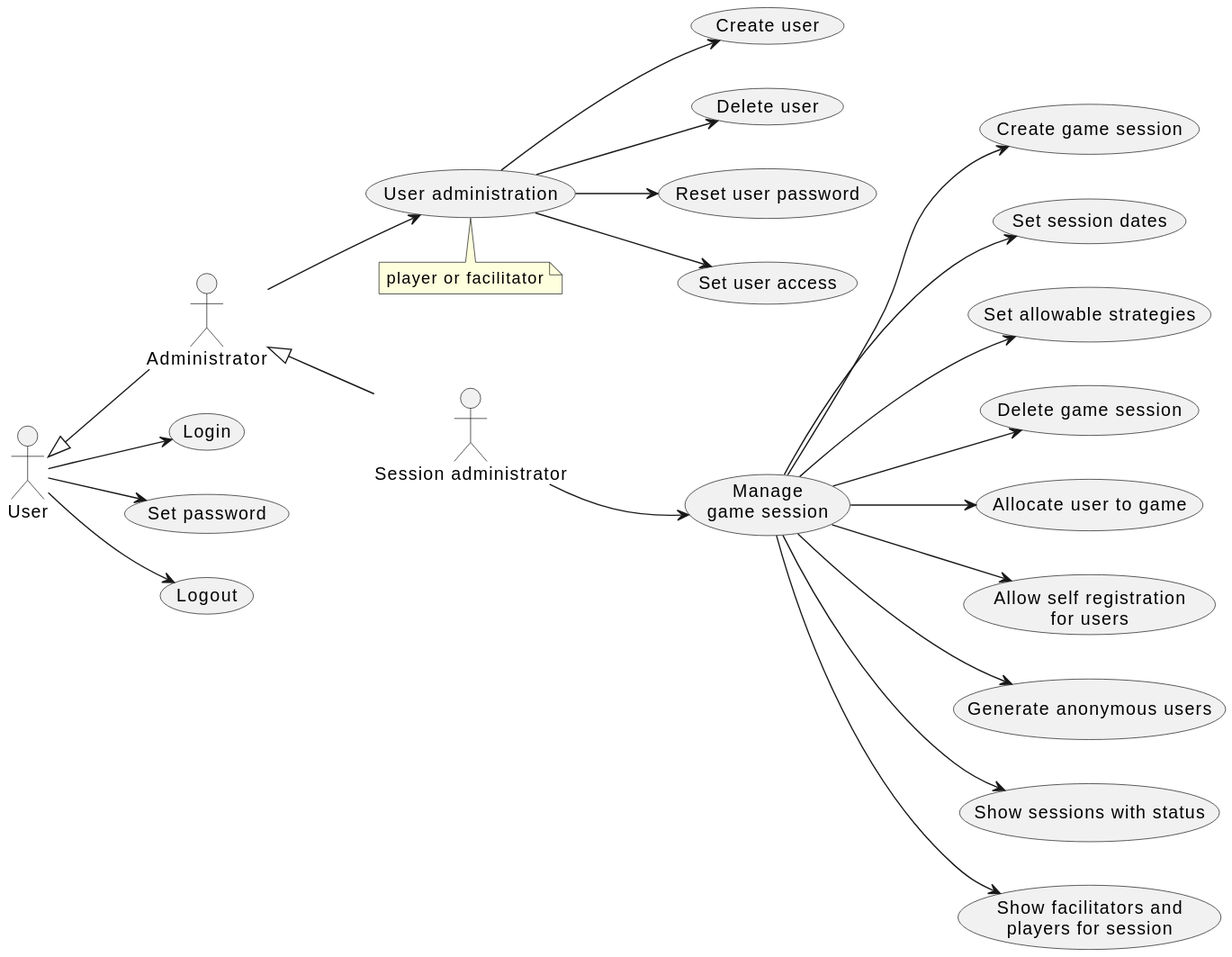
This is doc/2-use-cases/diagrams/session-administration.svg from averbraeck/gscg-design, a PlantUML export, as it was before one commit.
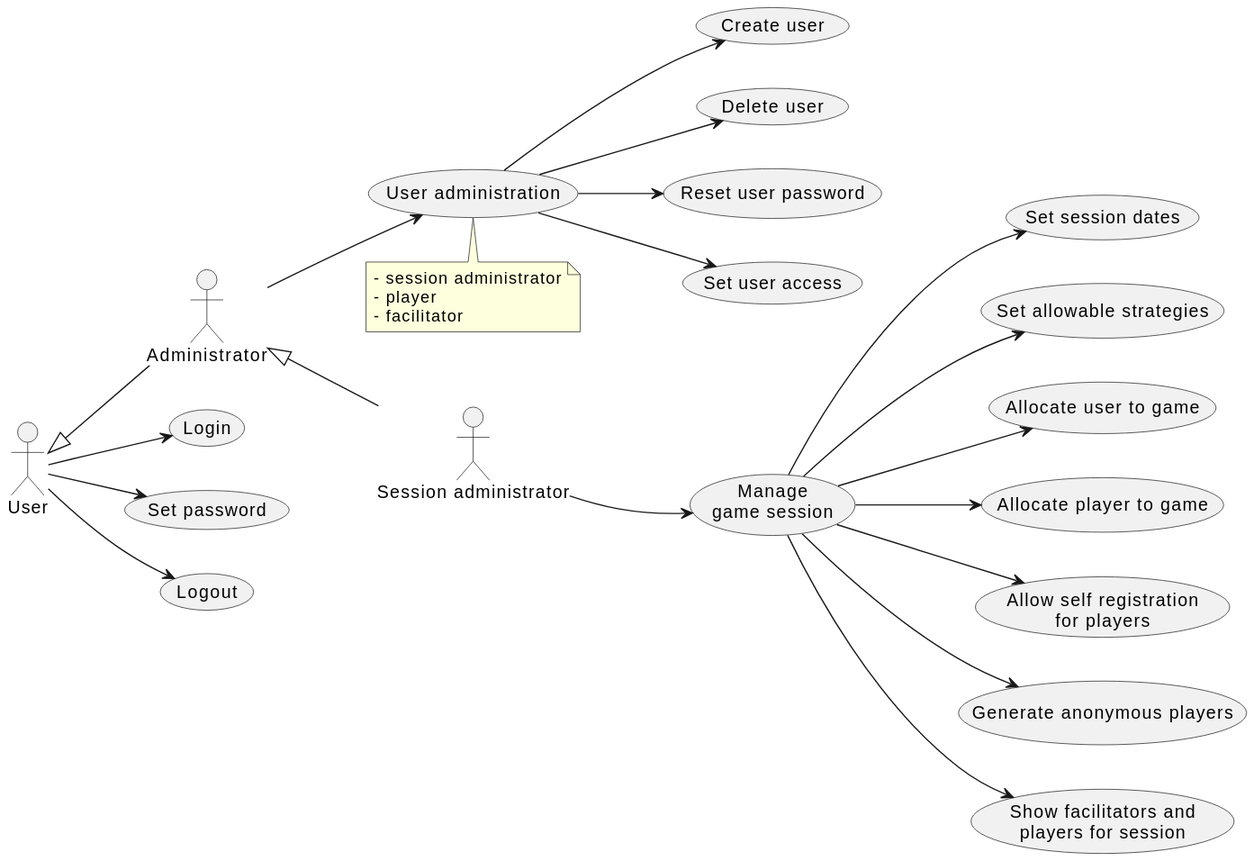
Later version of the same file.

The edit, as a diff of the source:
```diff
@@ -11,7 +11,9 @@
 
 Administrator --> (User administration)
 note bottom
-  player or facilitator
+  - session administrator
+  - player
+  - facilitator
 end note
 
 (User administration) --> (Create user)
@@ -21,13 +23,11 @@
 
 "Manage\ngame session" as (Manage)
 SA --> Manage : "\n\n\n\n\n\n\n\n\n\n"
-Manage --> (Create game session)
 Manage --> (Set session dates)
 Manage --> (Set allowable strategies)
-Manage --> (Delete game session)
 Manage --> (Allocate user to game)
-Manage --> (Allow self registration\nfor users)
-Manage --> (Generate anonymous users)
-Manage --> (Show sessions with status)
+Manage --> (Allocate player to game)
+Manage --> (Allow self registration\nfor players)
+Manage --> (Generate anonymous players)
 Manage --> (Show facilitators and\nplayers for session)
 @enduml
```
